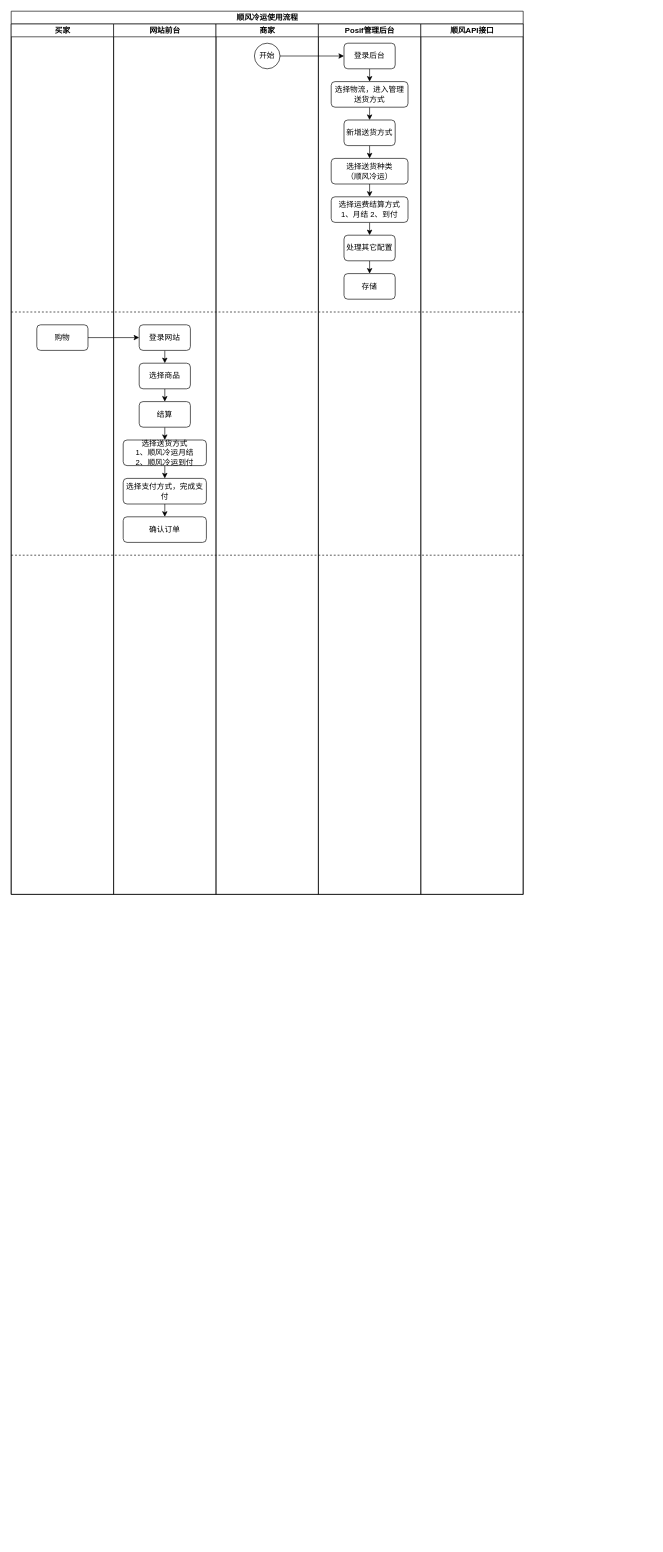
This is Untitled Diagram.drawio from w2kme/web, a draw.io file, before an edit. Source tidied: cells renumbered, new cells numbered last; positions are measured from the earlier drawing's top-left corner, leaving out a move shared by most shapes. Both pictures are drawn from the tidied source at 64%, with x=0, y=0 at pixel (11, 11).
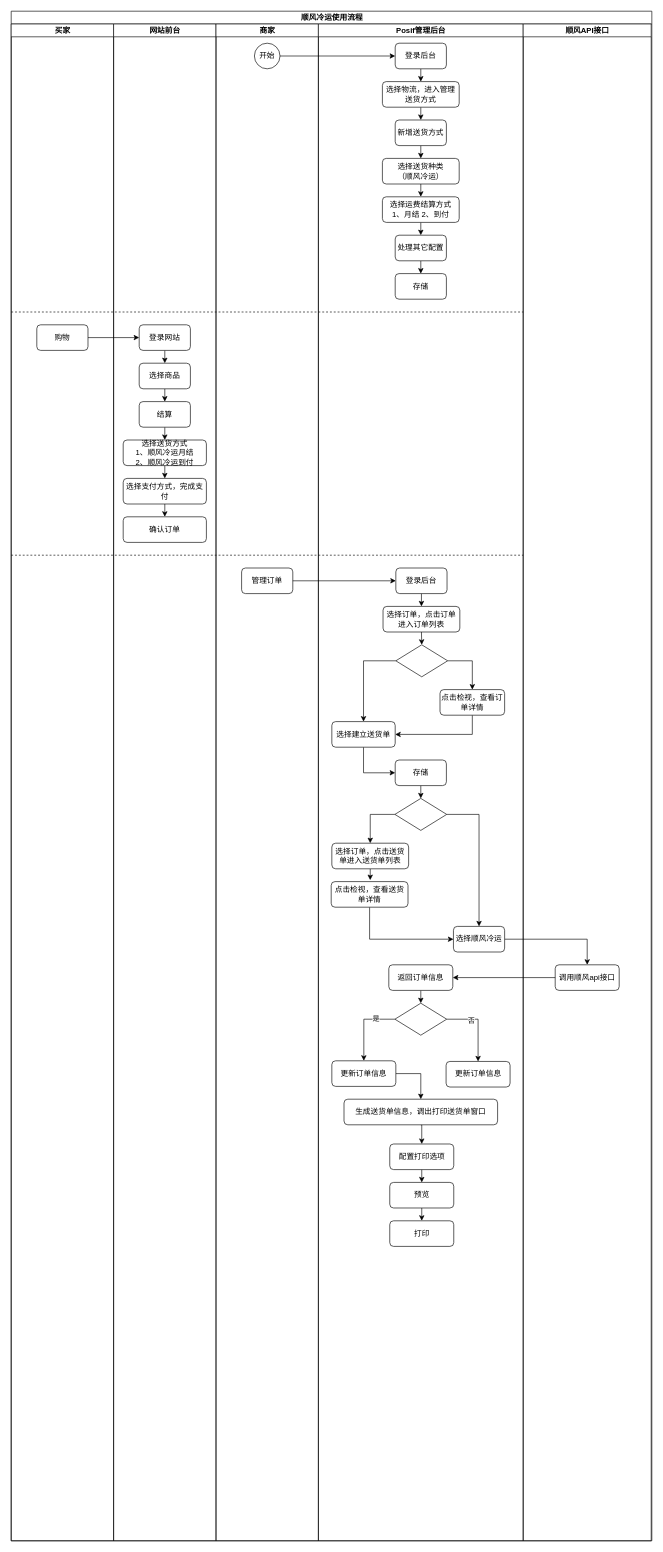
The same page after the edit.

Unchanged cells that the change refers to:
```xml
<mxCell id="5" value="购物" style="rounded=1;whiteSpace=wrap;html=1;" parent="3" vertex="1">
  <mxGeometry x="40" y="470" width="80" height="40" as="geometry" />
</mxCell>
<mxCell id="9" value="登录网站" style="rounded=1;whiteSpace=wrap;html=1;" parent="6" vertex="1">
  <mxGeometry x="40" y="470" width="80" height="40" as="geometry" />
</mxCell>
```

Diff of the diagram source:
```diff
@@
     <mxCell id="2" value="顺风冷运使用流程" style="swimlane;html=1;startSize=20;rounded=0;shadow=0;comic=0;labelBackgroundColor=none;strokeWidth=1;fontFamily=Verdana;fontSize=12;align=center;" parent="1" vertex="1">
-      <mxGeometry width="800" height="1380" as="geometry" />
+      <mxGeometry width="1001" height="2390" as="geometry" />
     </mxCell>
     <mxCell id="3" value="买家" style="swimlane;html=1;startSize=20;" parent="2" vertex="1">
-      <mxGeometry y="20" width="160" height="1360" as="geometry" />
+      <mxGeometry y="20" width="160" height="2370" as="geometry" />
     </mxCell>
@@
     <mxCell id="6" value="网站前台" style="swimlane;html=1;startSize=20;" parent="2" vertex="1">
-      <mxGeometry x="160" y="20" width="160" height="1360" as="geometry" />
+      <mxGeometry x="160" y="20" width="160" height="2370" as="geometry" />
     </mxCell>
@@
     <mxCell id="19" value="商家" style="swimlane;html=1;startSize=20;" parent="2" vertex="1">
-      <mxGeometry x="320" y="20" width="160" height="1360" as="geometry" />
+      <mxGeometry x="320" y="20" width="160" height="2370" as="geometry" />
     </mxCell>
@@
     <mxCell id="21" value="登录后台" style="rounded=1;whiteSpace=wrap;html=1;" parent="19" vertex="1">
-      <mxGeometry x="200" y="30" width="80" height="40" as="geometry" />
+      <mxGeometry x="280" y="30" width="80" height="40" as="geometry" />
     </mxCell>
@@
     <mxCell id="23" value="选择物流，进入管理送货方式" style="rounded=1;whiteSpace=wrap;html=1;" parent="19" vertex="1">
-      <mxGeometry x="180" y="90" width="120" height="40" as="geometry" />
+      <mxGeometry x="260" y="90" width="120" height="40" as="geometry" />
     </mxCell>
@@
     <mxCell id="25" value="新增送货方式" style="rounded=1;whiteSpace=wrap;html=1;" parent="19" vertex="1">
-      <mxGeometry x="200" y="150" width="80" height="40" as="geometry" />
+      <mxGeometry x="280" y="150" width="80" height="40" as="geometry" />
     </mxCell>
@@
     <mxCell id="27" value="&lt;div&gt;选择送货种类&lt;/div&gt;&lt;div&gt;（顺风冷运）&lt;br&gt;&lt;/div&gt;" style="rounded=1;whiteSpace=wrap;html=1;" parent="19" vertex="1">
-      <mxGeometry x="180" y="210" width="120" height="40" as="geometry" />
+      <mxGeometry x="260" y="210" width="120" height="40" as="geometry" />
     </mxCell>
@@
     <mxCell id="29" value="&lt;div&gt;选择运费结算方式&lt;/div&gt;&lt;div&gt;1、月结 2、到付&lt;br&gt;&lt;/div&gt;" style="rounded=1;whiteSpace=wrap;html=1;" parent="19" vertex="1">
-      <mxGeometry x="180" y="270" width="120" height="40" as="geometry" />
+      <mxGeometry x="260" y="270" width="120" height="40" as="geometry" />
     </mxCell>
@@
     <mxCell id="31" value="处理其它配置" style="rounded=1;whiteSpace=wrap;html=1;" parent="19" vertex="1">
-      <mxGeometry x="200" y="330" width="80" height="40" as="geometry" />
+      <mxGeometry x="280" y="330" width="80" height="40" as="geometry" />
     </mxCell>
     <mxCell id="32" value="存储" style="rounded=1;whiteSpace=wrap;html=1;" parent="19" vertex="1">
-      <mxGeometry x="200" y="390" width="80" height="40" as="geometry" />
+      <mxGeometry x="280" y="390" width="80" height="40" as="geometry" />
     </mxCell>
@@
+    <mxCell id="38" value="管理订单" style="rounded=1;whiteSpace=wrap;html=1;" parent="19" vertex="1">
+      <mxGeometry x="40" y="850" width="80" height="40" as="geometry" />
+    </mxCell>
@@
+    <mxCell id="37" style="edgeStyle=orthogonalEdgeStyle;rounded=0;jettySize=auto;html=1;exitX=1;exitY=0.5;exitDx=0;exitDy=0;entryX=0;entryY=0.5;entryDx=0;entryDy=0;" parent="2" edge="1" source="5" target="9">
+      <mxGeometry relative="1" as="geometry" />
+    </mxCell>
+    <mxCell id="39" style="edgeStyle=orthogonalEdgeStyle;rounded=0;jettySize=auto;html=1;exitX=1;exitY=0.5;exitDx=0;exitDy=0;" parent="2" edge="1" source="38" target="42">
+      <mxGeometry relative="1" as="geometry" />
+    </mxCell>
+    <mxCell id="40" style="edgeStyle=orthogonalEdgeStyle;rounded=0;jettySize=auto;html=1;exitX=1;exitY=0.5;exitDx=0;exitDy=0;entryX=0.5;entryY=0;entryDx=0;entryDy=0;" parent="2" edge="1" source="57" target="79">
+      <mxGeometry relative="1" as="geometry" />
+    </mxCell>
     <mxCell id="35" value="Posif管理后台" style="swimlane;html=1;startSize=20;" parent="2" vertex="1">
-      <mxGeometry x="480" y="20" width="160" height="1360" as="geometry" />
+      <mxGeometry x="480" y="20" width="320" height="2370" as="geometry" />
     </mxCell>
+    <mxCell id="41" style="edgeStyle=orthogonalEdgeStyle;rounded=0;jettySize=auto;html=1;exitX=0.5;exitY=1;exitDx=0;exitDy=0;entryX=0.5;entryY=0;entryDx=0;entryDy=0;" parent="35" edge="1" source="42" target="44">
+      <mxGeometry relative="1" as="geometry" />
+    </mxCell>
+    <mxCell id="42" value="登录后台" style="rounded=1;whiteSpace=wrap;html=1;" parent="35" vertex="1">
+      <mxGeometry x="121" y="850" width="80" height="40" as="geometry" />
+    </mxCell>
+    <mxCell id="43" style="edgeStyle=orthogonalEdgeStyle;rounded=0;jettySize=auto;html=1;exitX=0.5;exitY=1;exitDx=0;exitDy=0;entryX=0.5;entryY=0;entryDx=0;entryDy=0;" parent="35" edge="1" source="44" target="47">
+      <mxGeometry relative="1" as="geometry" />
+    </mxCell>
+    <mxCell id="44" value="选择订单，点击订单进入订单列表" style="rounded=1;whiteSpace=wrap;html=1;" parent="35" vertex="1">
+      <mxGeometry x="101" y="910" width="120" height="40" as="geometry" />
+    </mxCell>
+    <mxCell id="45" style="edgeStyle=orthogonalEdgeStyle;rounded=0;jettySize=auto;html=1;exitX=0;exitY=0.5;exitDx=0;exitDy=0;entryX=0.5;entryY=0;entryDx=0;entryDy=0;" parent="35" edge="1" source="47" target="49">
+      <mxGeometry relative="1" as="geometry" />
+    </mxCell>
+    <mxCell id="46" style="edgeStyle=orthogonalEdgeStyle;rounded=0;jettySize=auto;html=1;exitX=1;exitY=0.5;exitDx=0;exitDy=0;entryX=0.5;entryY=0;entryDx=0;entryDy=0;" parent="35" edge="1" source="47" target="51">
+      <mxGeometry relative="1" as="geometry" />
+    </mxCell>
+    <mxCell id="47" style="rhombus;whiteSpace=wrap;html=1;" parent="35" vertex="1">
+      <mxGeometry x="121" y="970" width="81" height="50" as="geometry" />
+    </mxCell>
+    <mxCell id="48" style="edgeStyle=orthogonalEdgeStyle;rounded=0;jettySize=auto;html=1;exitX=0.5;exitY=1;exitDx=0;exitDy=0;entryX=0;entryY=0.5;entryDx=0;entryDy=0;" parent="35" edge="1" source="49" target="53">
+      <mxGeometry relative="1" as="geometry" />
+    </mxCell>
+    <mxCell id="49" value="选择建立送货单" style="rounded=1;whiteSpace=wrap;html=1;" parent="35" vertex="1">
+      <mxGeometry x="21" y="1090" width="99" height="40" as="geometry" />
+    </mxCell>
+    <mxCell id="50" style="edgeStyle=orthogonalEdgeStyle;rounded=0;jettySize=auto;html=1;exitX=0.5;exitY=1;exitDx=0;exitDy=0;entryX=1;entryY=0.5;entryDx=0;entryDy=0;" parent="35" edge="1" source="51" target="49">
+      <mxGeometry relative="1" as="geometry" />
+    </mxCell>
+    <mxCell id="51" value="点击检视，查看订单详情" style="rounded=1;whiteSpace=wrap;html=1;" parent="35" vertex="1">
+      <mxGeometry x="190" y="1040" width="101" height="40" as="geometry" />
+    </mxCell>
+    <mxCell id="52" style="edgeStyle=orthogonalEdgeStyle;rounded=0;jettySize=auto;html=1;exitX=0.5;exitY=1;exitDx=0;exitDy=0;entryX=0.5;entryY=0;entryDx=0;entryDy=0;" parent="35" edge="1" source="53" target="56">
+      <mxGeometry relative="1" as="geometry" />
+    </mxCell>
+    <mxCell id="53" value="存储" style="rounded=1;whiteSpace=wrap;html=1;" parent="35" vertex="1">
+      <mxGeometry x="120" y="1150" width="80" height="40" as="geometry" />
+    </mxCell>
+    <mxCell id="54" style="edgeStyle=orthogonalEdgeStyle;rounded=0;jettySize=auto;html=1;exitX=1;exitY=0.5;exitDx=0;exitDy=0;entryX=0.5;entryY=0;entryDx=0;entryDy=0;" parent="35" edge="1" source="56" target="57">
+      <mxGeometry relative="1" as="geometry" />
+    </mxCell>
+    <mxCell id="55" style="edgeStyle=orthogonalEdgeStyle;rounded=0;jettySize=auto;html=1;exitX=0;exitY=0.5;exitDx=0;exitDy=0;entryX=0.5;entryY=0;entryDx=0;entryDy=0;" parent="35" edge="1" source="56" target="59">
+      <mxGeometry relative="1" as="geometry" />
+    </mxCell>
+    <mxCell id="56" style="rhombus;whiteSpace=wrap;html=1;" parent="35" vertex="1">
+      <mxGeometry x="119.5" y="1210" width="81" height="50" as="geometry" />
+    </mxCell>
+    <mxCell id="57" value="选择顺风冷运" style="rounded=1;whiteSpace=wrap;html=1;" parent="35" vertex="1">
+      <mxGeometry x="211" y="1410" width="80" height="40" as="geometry" />
+    </mxCell>
+    <mxCell id="58" style="edgeStyle=orthogonalEdgeStyle;rounded=0;jettySize=auto;html=1;exitX=0.5;exitY=1;exitDx=0;exitDy=0;entryX=0.508;entryY=-0.058;entryDx=0;entryDy=0;entryPerimeter=0;" parent="35" edge="1" source="59" target="61">
+      <mxGeometry relative="1" as="geometry" />
+    </mxCell>
+    <mxCell id="59" value="选择订单，点击送货单进入送货单列表" style="rounded=1;whiteSpace=wrap;html=1;" parent="35" vertex="1">
+      <mxGeometry x="21" y="1280" width="120" height="40" as="geometry" />
+    </mxCell>
+    <mxCell id="60" style="edgeStyle=orthogonalEdgeStyle;rounded=0;jettySize=auto;html=1;exitX=0.5;exitY=1;exitDx=0;exitDy=0;entryX=0;entryY=0.5;entryDx=0;entryDy=0;" parent="35" edge="1" source="61" target="57">
+      <mxGeometry relative="1" as="geometry" />
+    </mxCell>
+    <mxCell id="61" value="点击检视，查看送货单详情" style="rounded=1;whiteSpace=wrap;html=1;" parent="35" vertex="1">
+      <mxGeometry x="20" y="1340" width="120" height="40" as="geometry" />
+    </mxCell>
+    <mxCell id="62" style="edgeStyle=orthogonalEdgeStyle;rounded=0;jettySize=auto;html=1;exitX=0.5;exitY=1;exitDx=0;exitDy=0;entryX=0.5;entryY=0;entryDx=0;entryDy=0;" parent="35" edge="1" source="63" target="72">
+      <mxGeometry relative="1" as="geometry" />
+    </mxCell>
+    <mxCell id="63" value="返回订单信息" style="rounded=1;whiteSpace=wrap;html=1;" parent="35" vertex="1">
+      <mxGeometry x="110" y="1470" width="100" height="40" as="geometry" />
+    </mxCell>
+    <mxCell id="64" style="edgeStyle=orthogonalEdgeStyle;rounded=0;jettySize=auto;html=1;exitX=0.5;exitY=1;exitDx=0;exitDy=0;entryX=0.5;entryY=0;entryDx=0;entryDy=0;" parent="35" edge="1" source="65" target="75">
+      <mxGeometry relative="1" as="geometry" />
+    </mxCell>
+    <mxCell id="65" value="生成送货单信息，调出打印送货单窗口" style="rounded=1;whiteSpace=wrap;html=1;" parent="35" vertex="1">
+      <mxGeometry x="40" y="1680" width="240" height="40" as="geometry" />
+    </mxCell>
+    <mxCell id="66" style="edgeStyle=orthogonalEdgeStyle;rounded=0;jettySize=auto;html=1;exitX=1;exitY=0.5;exitDx=0;exitDy=0;entryX=0.5;entryY=0;entryDx=0;entryDy=0;" parent="35" edge="1" source="67" target="65">
+      <mxGeometry relative="1" as="geometry" />
+    </mxCell>
+    <mxCell id="67" value="更新订单信息" style="rounded=1;whiteSpace=wrap;html=1;" parent="35" vertex="1">
+      <mxGeometry x="21" y="1620" width="100" height="40" as="geometry" />
+    </mxCell>
+    <mxCell id="68" style="edgeStyle=orthogonalEdgeStyle;rounded=0;jettySize=auto;html=1;exitX=0;exitY=0.5;exitDx=0;exitDy=0;entryX=0.5;entryY=0;entryDx=0;entryDy=0;" parent="35" edge="1" source="72" target="67">
+      <mxGeometry relative="1" as="geometry" />
+    </mxCell>
+    <mxCell id="69" value="是" style="edgeLabel;html=1;align=center;verticalAlign=middle;" parent="68" vertex="1">
+      <mxGeometry x="-0.47" y="-1" relative="1" as="geometry" />
+    </mxCell>
+    <mxCell id="70" style="edgeStyle=orthogonalEdgeStyle;rounded=0;jettySize=auto;html=1;exitX=1;exitY=0.5;exitDx=0;exitDy=0;entryX=0.5;entryY=0;entryDx=0;entryDy=0;" parent="35" edge="1" source="72" target="73">
+      <mxGeometry relative="1" as="geometry" />
+    </mxCell>
+    <mxCell id="71" value="否" style="edgeLabel;html=1;align=center;verticalAlign=middle;" parent="70" vertex="1">
+      <mxGeometry x="-0.34" y="-1" relative="1" as="geometry" />
+    </mxCell>
+    <mxCell id="72" style="rhombus;whiteSpace=wrap;html=1;" parent="35" vertex="1">
+      <mxGeometry x="119.5" y="1530" width="81" height="50" as="geometry" />
+    </mxCell>
+    <mxCell id="73" value="更新订单信息" style="rounded=1;whiteSpace=wrap;html=1;" parent="35" vertex="1">
+      <mxGeometry x="199.5" y="1621" width="100" height="40" as="geometry" />
+    </mxCell>
+    <mxCell id="74" style="edgeStyle=orthogonalEdgeStyle;rounded=0;jettySize=auto;html=1;exitX=0.5;exitY=1;exitDx=0;exitDy=0;entryX=0.5;entryY=0;entryDx=0;entryDy=0;" parent="35" edge="1" source="75" target="77">
+      <mxGeometry relative="1" as="geometry" />
+    </mxCell>
+    <mxCell id="75" value="配置打印选项" style="rounded=1;whiteSpace=wrap;html=1;" parent="35" vertex="1">
+      <mxGeometry x="111.5" y="1750" width="100" height="40" as="geometry" />
+    </mxCell>
+    <mxCell id="76" style="edgeStyle=orthogonalEdgeStyle;rounded=0;jettySize=auto;html=1;exitX=0.5;exitY=1;exitDx=0;exitDy=0;entryX=0.5;entryY=0;entryDx=0;entryDy=0;" parent="35" edge="1" source="77" target="78">
+      <mxGeometry relative="1" as="geometry" />
+    </mxCell>
+    <mxCell id="77" value="预览" style="rounded=1;whiteSpace=wrap;html=1;" parent="35" vertex="1">
+      <mxGeometry x="111.5" y="1810" width="100" height="40" as="geometry" />
+    </mxCell>
+    <mxCell id="78" value="打印" style="rounded=1;whiteSpace=wrap;html=1;" parent="35" vertex="1">
+      <mxGeometry x="111.5" y="1870" width="100" height="40" as="geometry" />
+    </mxCell>
     <mxCell id="36" value="顺风API接口" style="swimlane;html=1;startSize=20;" parent="2" vertex="1">
-      <mxGeometry x="640" y="20" width="160" height="1360" as="geometry" />
+      <mxGeometry x="800" y="20" width="200" height="2370" as="geometry" />
     </mxCell>
-    <mxCell id="37" style="edgeStyle=orthogonalEdgeStyle;rounded=0;jettySize=auto;html=1;exitX=1;exitY=0.5;exitDx=0;exitDy=0;entryX=0;entryY=0.5;entryDx=0;entryDy=0;" parent="2" edge="1" source="5" target="9">
-      <mxGeometry relative="1" as="geometry" />
-    </mxCell>
+    <mxCell id="79" value="调用顺风api接口" style="rounded=1;whiteSpace=wrap;html=1;" parent="36" vertex="1">
+      <mxGeometry x="50" y="1470" width="100" height="40" as="geometry" />
+    </mxCell>
+    <mxCell id="80" style="edgeStyle=orthogonalEdgeStyle;rounded=0;jettySize=auto;html=1;exitX=0;exitY=0.5;exitDx=0;exitDy=0;" parent="2" edge="1" source="79" target="63">
+      <mxGeometry relative="1" as="geometry" />
+    </mxCell>
```
